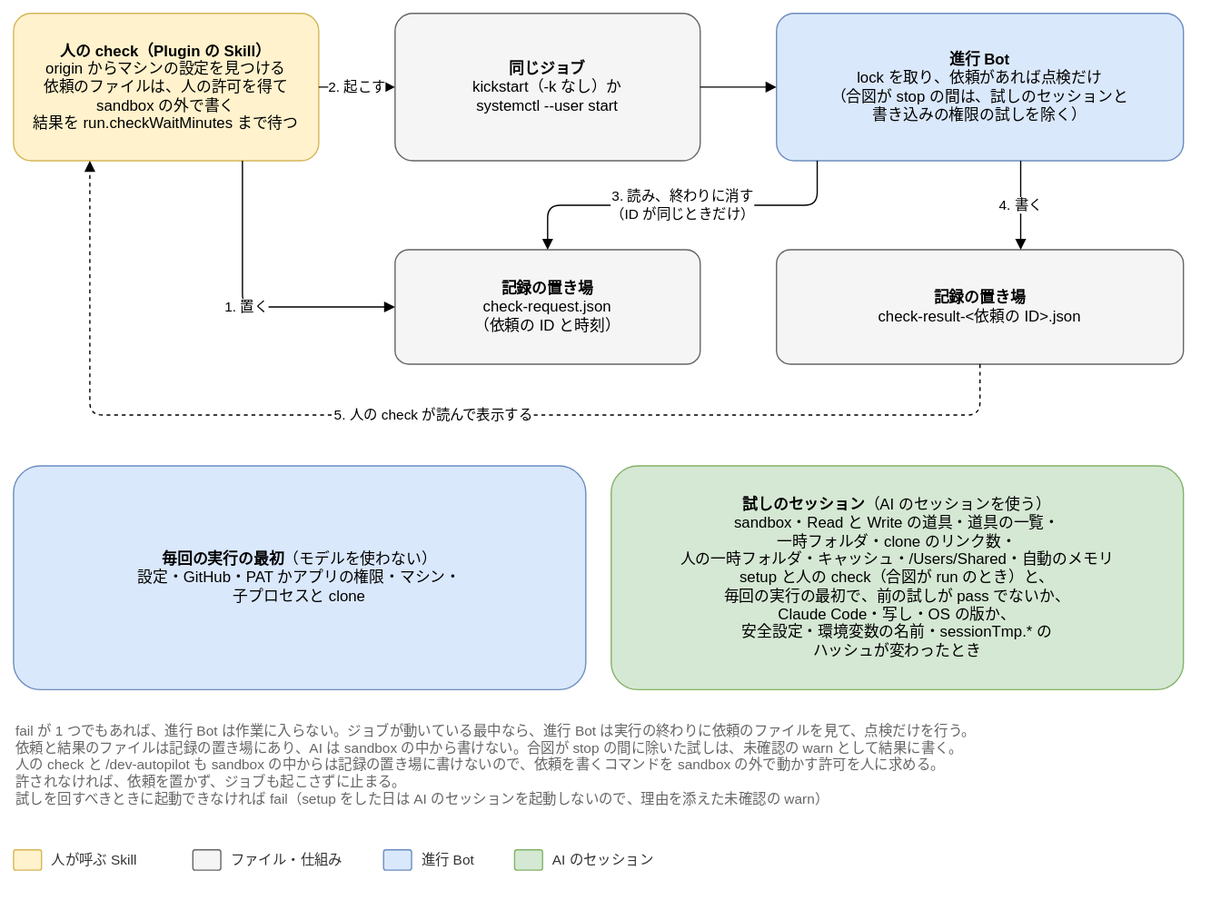
Before: docs/design/basic/diagrams/04-check.drawio.svg, a diagram exported from draw.io (Joymerrevent/dev-autopilot). Source tidied: cells renumbered, new cells last; positions are measured from the earlier drawing's top-left corner, leaving out a move shared by most shapes.
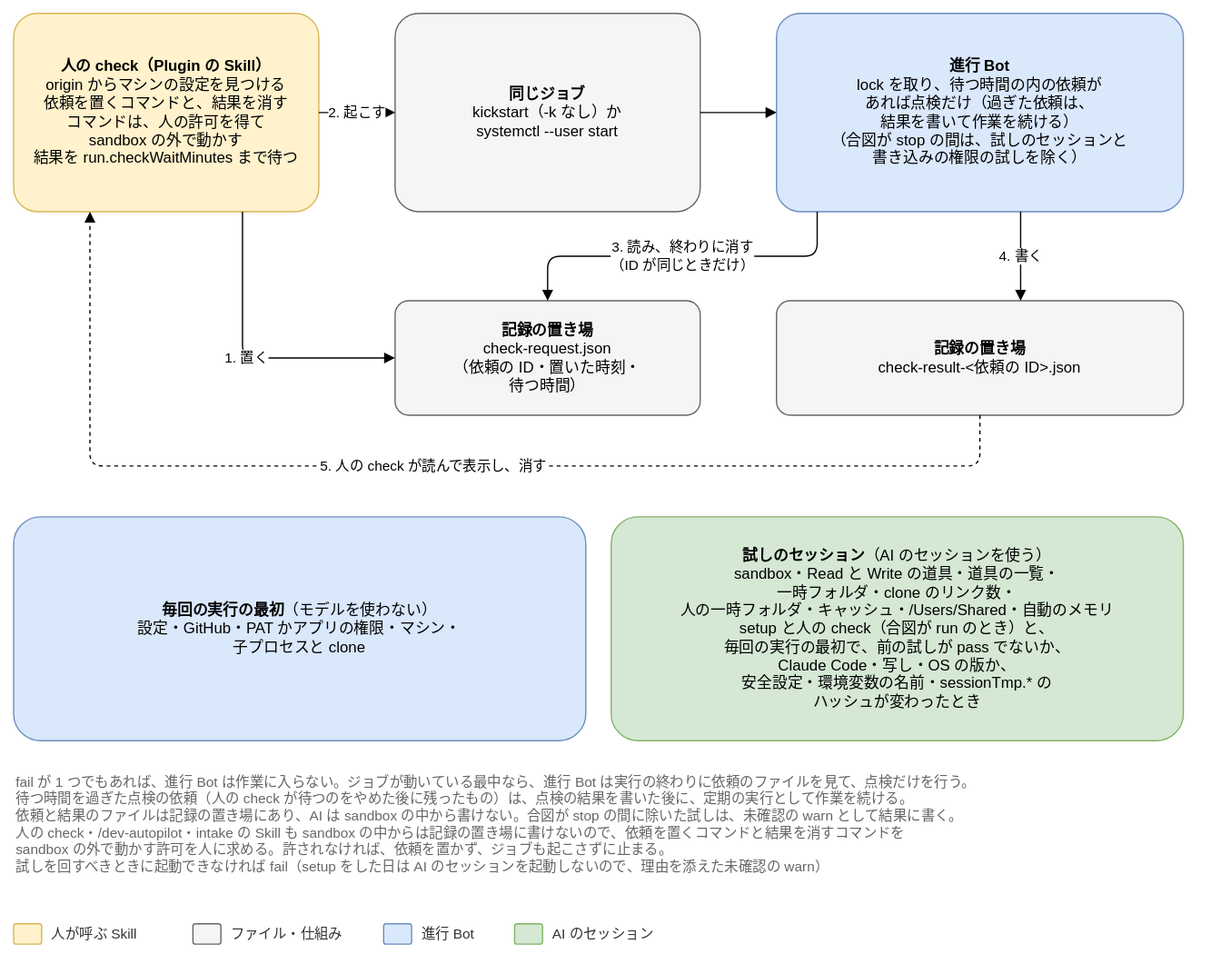
The same diagram one commit later.

Commit message:
docs: intake の Skill の動かし方を決めた ADR-20261022-004 を、図に反映する

What changed in the source:
```diff
@@ -2,20 +2,20 @@
   <root>
     <mxCell id="0" />
     <mxCell id="1" parent="0" />
-    <mxCell id="2" value="&lt;b&gt;人の check（Plugin の Skill）&lt;/b&gt;&lt;br&gt;origin からマシンの設定を見つける&lt;br&gt;依頼のファイルは、人の許可を得て&lt;br&gt;sandbox の外で書く&lt;br&gt;結果を run.checkWaitMinutes まで待つ" style="rounded=1;whiteSpace=wrap;html=1;fontSize=12;arcSize=12;spacing=12;fillColor=#fff2cc;strokeColor=#d6b656;" parent="1" vertex="1">
-      <mxGeometry width="240" height="116" as="geometry" />
+    <mxCell id="2" value="&lt;b&gt;人の check（Plugin の Skill）&lt;/b&gt;&lt;br&gt;origin からマシンの設定を見つける&lt;br&gt;依頼を置くコマンドと、結果を消す&lt;br&gt;コマンドは、人の許可を得て&lt;br&gt;sandbox の外で動かす&lt;br&gt;結果を run.checkWaitMinutes まで待つ" style="rounded=1;whiteSpace=wrap;html=1;fontSize=12;arcSize=12;spacing=12;fillColor=#fff2cc;strokeColor=#d6b656;" parent="1" vertex="1">
+      <mxGeometry width="240" height="156" as="geometry" />
     </mxCell>
     <mxCell id="3" value="&lt;b&gt;同じジョブ&lt;/b&gt;&lt;br&gt;kickstart（-k なし）か&lt;br&gt;systemctl --user start" style="rounded=1;whiteSpace=wrap;html=1;fontSize=12;arcSize=12;spacing=12;fillColor=#f5f5f5;strokeColor=#666666;" parent="1" vertex="1">
-      <mxGeometry x="300" width="240" height="116" as="geometry" />
+      <mxGeometry x="300" width="240" height="156" as="geometry" />
     </mxCell>
-    <mxCell id="4" value="&lt;b&gt;進行 Bot&lt;/b&gt;&lt;br&gt;lock を取り、依頼があれば点検だけ&lt;br&gt;（合図が stop の間は、試しのセッションと&lt;br&gt;書き込みの権限の試しを除く）" style="rounded=1;whiteSpace=wrap;html=1;fontSize=12;arcSize=12;spacing=12;fillColor=#dae8fc;strokeColor=#6c8ebf;" parent="1" vertex="1">
-      <mxGeometry x="600" width="320" height="116" as="geometry" />
+    <mxCell id="4" value="&lt;b&gt;進行 Bot&lt;/b&gt;&lt;br&gt;lock を取り、待つ時間の内の依頼が&lt;br&gt;あれば点検だけ（過ぎた依頼は、&lt;br&gt;結果を書いて作業を続ける）&lt;br&gt;（合図が stop の間は、試しのセッションと&lt;br&gt;書き込みの権限の試しを除く）" style="rounded=1;whiteSpace=wrap;html=1;fontSize=12;arcSize=12;spacing=12;fillColor=#dae8fc;strokeColor=#6c8ebf;" parent="1" vertex="1">
+      <mxGeometry x="600" width="320" height="156" as="geometry" />
     </mxCell>
-    <mxCell id="5" value="&lt;b&gt;記録の置き場&lt;/b&gt;&lt;br&gt;check-request.json&lt;br&gt;（依頼の ID と時刻）" style="rounded=1;whiteSpace=wrap;html=1;fontSize=12;arcSize=12;spacing=12;fillColor=#f5f5f5;strokeColor=#666666;" parent="1" vertex="1">
-      <mxGeometry x="300" y="186" width="240" height="90" as="geometry" />
+    <mxCell id="5" value="&lt;b&gt;記録の置き場&lt;/b&gt;&lt;br&gt;check-request.json&lt;br&gt;（依頼の ID・置いた時刻・&lt;br&gt;待つ時間）" style="rounded=1;whiteSpace=wrap;html=1;fontSize=12;arcSize=12;spacing=12;fillColor=#f5f5f5;strokeColor=#666666;" parent="1" vertex="1">
+      <mxGeometry x="300" y="226" width="240" height="90" as="geometry" />
     </mxCell>
     <mxCell id="6" value="&lt;b&gt;記録の置き場&lt;/b&gt;&lt;br&gt;check-result-&amp;lt;依頼の ID&amp;gt;.json" style="rounded=1;whiteSpace=wrap;html=1;fontSize=12;arcSize=12;spacing=12;fillColor=#f5f5f5;strokeColor=#666666;" parent="1" vertex="1">
-      <mxGeometry x="600" y="186" width="320" height="90" as="geometry" />
+      <mxGeometry x="600" y="226" width="320" height="90" as="geometry" />
     </mxCell>
     <mxCell id="7" value="1. 置く" style="edgeStyle=orthogonalEdgeStyle;rounded=1;html=1;endArrow=block;endFill=1;fontSize=11;labelBackgroundColor=#ffffff;exitX=0.75;exitY=1;exitDx=0;exitDy=0;entryX=0;entryY=0.5;entryDx=0;entryDy=0;" parent="1" edge="1" source="2" target="5">
       <mxGeometry relative="1" as="geometry" />
@@ -29,54 +29,54 @@
     <mxCell id="10" value="3. 読み、終わりに消す&lt;br&gt;（ID が同じときだけ）" style="edgeStyle=orthogonalEdgeStyle;rounded=1;html=1;endArrow=block;endFill=1;fontSize=11;labelBackgroundColor=#ffffff;exitX=0.1;exitY=1;exitDx=0;exitDy=0;entryX=0.5;entryY=0;entryDx=0;entryDy=0;" parent="1" edge="1" source="4" target="5">
       <mxGeometry relative="1" as="geometry">
         <Array as="points">
-          <mxPoint x="632" y="151" />
-          <mxPoint x="420" y="151" />
+          <mxPoint x="632" y="191" />
+          <mxPoint x="420" y="191" />
         </Array>
       </mxGeometry>
     </mxCell>
     <mxCell id="11" value="4. 書く" style="edgeStyle=orthogonalEdgeStyle;rounded=1;html=1;endArrow=block;endFill=1;fontSize=11;labelBackgroundColor=#ffffff;exitX=0.6;exitY=1;exitDx=0;exitDy=0;entryX=0.6;entryY=0;entryDx=0;entryDy=0;" parent="1" edge="1" source="4" target="6">
       <mxGeometry relative="1" as="geometry" />
     </mxCell>
-    <mxCell id="12" value="5. 人の check が読んで表示する" style="edgeStyle=orthogonalEdgeStyle;rounded=1;html=1;endArrow=block;endFill=1;fontSize=11;labelBackgroundColor=#ffffff;dashed=1;exitX=0.5;exitY=1;exitDx=0;exitDy=0;entryX=0.25;entryY=1;entryDx=0;entryDy=0;" parent="1" edge="1" source="6" target="2">
+    <mxCell id="12" value="5. 人の check が読んで表示し、消す" style="edgeStyle=orthogonalEdgeStyle;rounded=1;html=1;endArrow=block;endFill=1;fontSize=11;labelBackgroundColor=#ffffff;dashed=1;exitX=0.5;exitY=1;exitDx=0;exitDy=0;entryX=0.25;entryY=1;entryDx=0;entryDy=0;" parent="1" edge="1" source="6" target="2">
       <mxGeometry relative="1" as="geometry">
         <Array as="points">
-          <mxPoint x="760" y="316" />
-          <mxPoint x="60" y="316" />
+          <mxPoint x="760" y="356" />
+          <mxPoint x="60" y="356" />
         </Array>
       </mxGeometry>
     </mxCell>
     <mxCell id="13" value="&lt;b&gt;毎回の実行の最初&lt;/b&gt;（モデルを使わない）&lt;br&gt;設定・GitHub・PAT かアプリの権限・マシン・&lt;br&gt;子プロセスと clone" style="rounded=1;whiteSpace=wrap;html=1;fontSize=12;arcSize=12;spacing=12;fillColor=#dae8fc;strokeColor=#6c8ebf;" parent="1" vertex="1">
-      <mxGeometry y="356" width="450" height="176" as="geometry" />
+      <mxGeometry y="396" width="450" height="176" as="geometry" />
     </mxCell>
     <mxCell id="14" value="&lt;b&gt;試しのセッション&lt;/b&gt;（AI のセッションを使う）&lt;br&gt;sandbox・Read と Write の道具・道具の一覧・&lt;br&gt;一時フォルダ・clone のリンク数・&lt;br&gt;人の一時フォルダ・キャッシュ・/Users/Shared・自動のメモリ&lt;br&gt;setup と人の check（合図が run のとき）と、&lt;br&gt;毎回の実行の最初で、前の試しが pass でないか、&lt;br&gt;Claude Code・写し・OS の版か、&lt;br&gt;安全設定・環境変数の名前・sessionTmp.* の&lt;br&gt;ハッシュが変わったとき" style="rounded=1;whiteSpace=wrap;html=1;fontSize=12;arcSize=12;spacing=12;fillColor=#d5e8d4;strokeColor=#82b366;" parent="1" vertex="1">
-      <mxGeometry x="470" y="356" width="450" height="176" as="geometry" />
+      <mxGeometry x="470" y="396" width="450" height="176" as="geometry" />
     </mxCell>
-    <mxCell id="15" value="fail が 1 つでもあれば、進行 Bot は作業に入らない。ジョブが動いている最中なら、進行 Bot は実行の終わりに依頼のファイルを見て、点検だけを行う。&lt;br&gt;依頼と結果のファイルは記録の置き場にあり、AI は sandbox の中から書けない。合図が stop の間に除いた試しは、未確認の warn として結果に書く。&lt;br&gt;人の check と /dev-autopilot も sandbox の中からは記録の置き場に書けないので、依頼を書くコマンドを sandbox の外で動かす許可を人に求める。&lt;br&gt;許されなければ、依頼を置かず、ジョブも起こさずに止まる。&lt;br&gt;試しを回すべきときに起動できなければ fail（setup をした日は AI のセッションを起動しないので、理由を添えた未確認の warn）" style="text;html=1;whiteSpace=wrap;align=left;verticalAlign=top;fontSize=11;fontColor=#666666;" parent="1" vertex="1">
-      <mxGeometry y="552" width="920" height="88" as="geometry" />
+    <mxCell id="15" value="fail が 1 つでもあれば、進行 Bot は作業に入らない。ジョブが動いている最中なら、進行 Bot は実行の終わりに依頼のファイルを見て、点検だけを行う。&lt;br&gt;待つ時間を過ぎた点検の依頼（人の check が待つのをやめた後に残ったもの）は、点検の結果を書いた後に、定期の実行として作業を続ける。&lt;br&gt;依頼と結果のファイルは記録の置き場にあり、AI は sandbox の中から書けない。合図が stop の間に除いた試しは、未確認の warn として結果に書く。&lt;br&gt;人の check・/dev-autopilot・intake の Skill も sandbox の中からは記録の置き場に書けないので、依頼を置くコマンドと結果を消すコマンドを&lt;br&gt;sandbox の外で動かす許可を人に求める。許されなければ、依頼を置かず、ジョブも起こさずに止まる。&lt;br&gt;試しを回すべきときに起動できなければ fail（setup をした日は AI のセッションを起動しないので、理由を添えた未確認の warn）" style="text;html=1;whiteSpace=wrap;align=left;verticalAlign=top;fontSize=11;fontColor=#666666;" parent="1" vertex="1">
+      <mxGeometry y="592" width="920" height="106" as="geometry" />
     </mxCell>
     <mxCell id="16" style="rounded=1;whiteSpace=wrap;html=1;fontSize=12;arcSize=12;spacing=12;fillColor=#fff2cc;strokeColor=#d6b656;" parent="1" vertex="1">
-      <mxGeometry y="658" width="22" height="16" as="geometry" />
+      <mxGeometry y="716" width="22" height="16" as="geometry" />
     </mxCell>
     <mxCell id="17" value="人が呼ぶ Skill" style="text;html=1;align=left;verticalAlign=middle;fontSize=11;fontColor=#333333;" parent="1" vertex="1">
-      <mxGeometry x="28" y="656" width="97" height="20" as="geometry" />
+      <mxGeometry x="28" y="714" width="97" height="20" as="geometry" />
     </mxCell>
     <mxCell id="18" style="rounded=1;whiteSpace=wrap;html=1;fontSize=12;arcSize=12;spacing=12;fillColor=#f5f5f5;strokeColor=#666666;" parent="1" vertex="1">
-      <mxGeometry x="141" y="658" width="22" height="16" as="geometry" />
+      <mxGeometry x="141" y="716" width="22" height="16" as="geometry" />
     </mxCell>
     <mxCell id="19" value="ファイル・仕組み" style="text;html=1;align=left;verticalAlign=middle;fontSize=11;fontColor=#333333;" parent="1" vertex="1">
-      <mxGeometry x="169" y="656" width="106" height="20" as="geometry" />
+      <mxGeometry x="169" y="714" width="106" height="20" as="geometry" />
     </mxCell>
     <mxCell id="20" style="rounded=1;whiteSpace=wrap;html=1;fontSize=12;arcSize=12;spacing=12;fillColor=#dae8fc;strokeColor=#6c8ebf;" parent="1" vertex="1">
-      <mxGeometry x="291" y="658" width="22" height="16" as="geometry" />
+      <mxGeometry x="291" y="716" width="22" height="16" as="geometry" />
     </mxCell>
     <mxCell id="21" value="進行 Bot" style="text;html=1;align=left;verticalAlign=middle;fontSize=11;fontColor=#333333;" parent="1" vertex="1">
-      <mxGeometry x="319" y="656" width="59" height="20" as="geometry" />
+      <mxGeometry x="319" y="714" width="59" height="20" as="geometry" />
     </mxCell>
     <mxCell id="22" style="rounded=1;whiteSpace=wrap;html=1;fontSize=12;arcSize=12;spacing=12;fillColor=#d5e8d4;strokeColor=#82b366;" parent="1" vertex="1">
-      <mxGeometry x="394" y="658" width="22" height="16" as="geometry" />
+      <mxGeometry x="394" y="716" width="22" height="16" as="geometry" />
     </mxCell>
     <mxCell id="23" value="AI のセッション" style="text;html=1;align=left;verticalAlign=middle;fontSize=11;fontColor=#333333;" parent="1" vertex="1">
-      <mxGeometry x="422" y="656" width="100" height="20" as="geometry" />
+      <mxGeometry x="422" y="714" width="100" height="20" as="geometry" />
     </mxCell>
   </root>
 </mxGraphModel>
```
